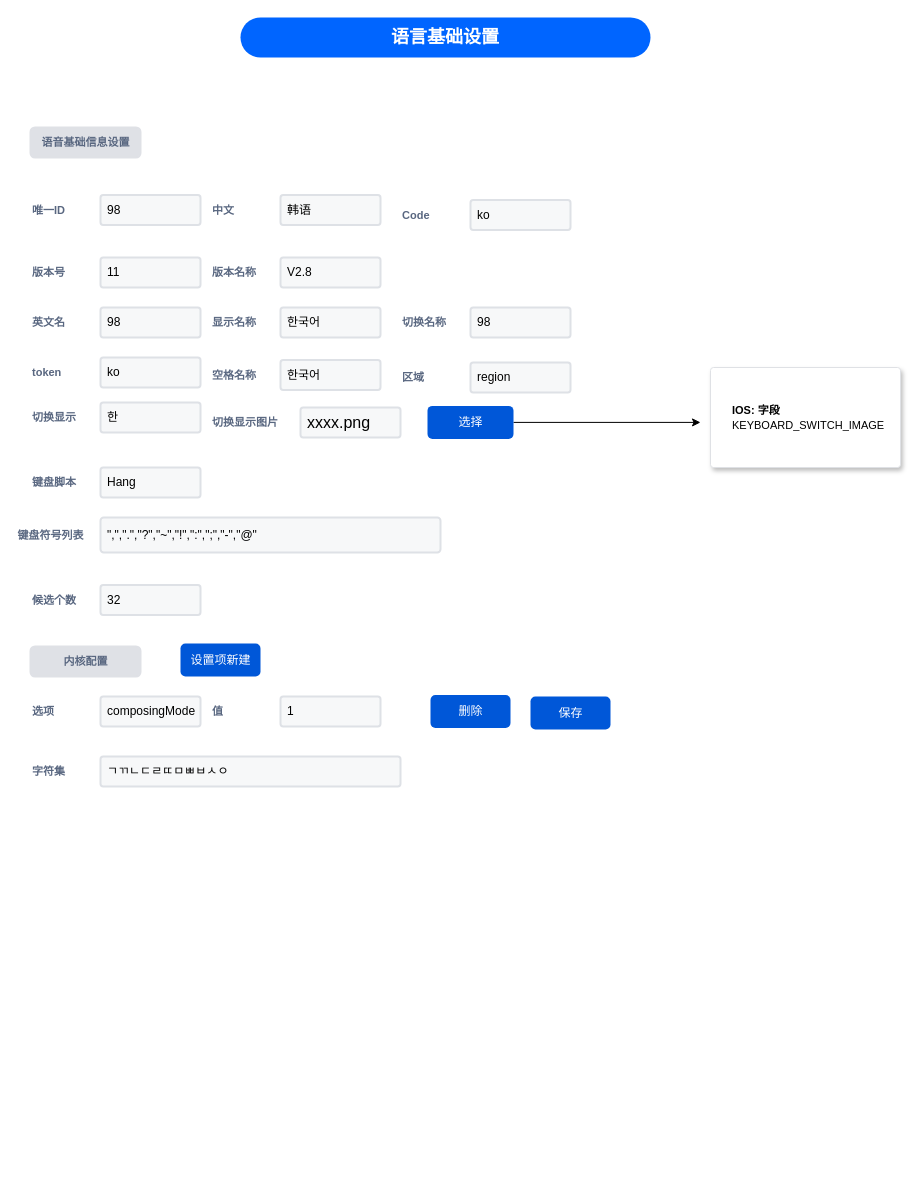
Earlier version of the draw.io diagram layout-editor/语言基本信息.drawio (chonglv/charts). Source tidied: cells renumbered, new cells numbered last; positions are measured from the earlier drawing's top-left corner, leaving out a move shared by most shapes. Both pictures are drawn from the tidied source at 100%, with x=0, y=0 at pixel (20, 17).
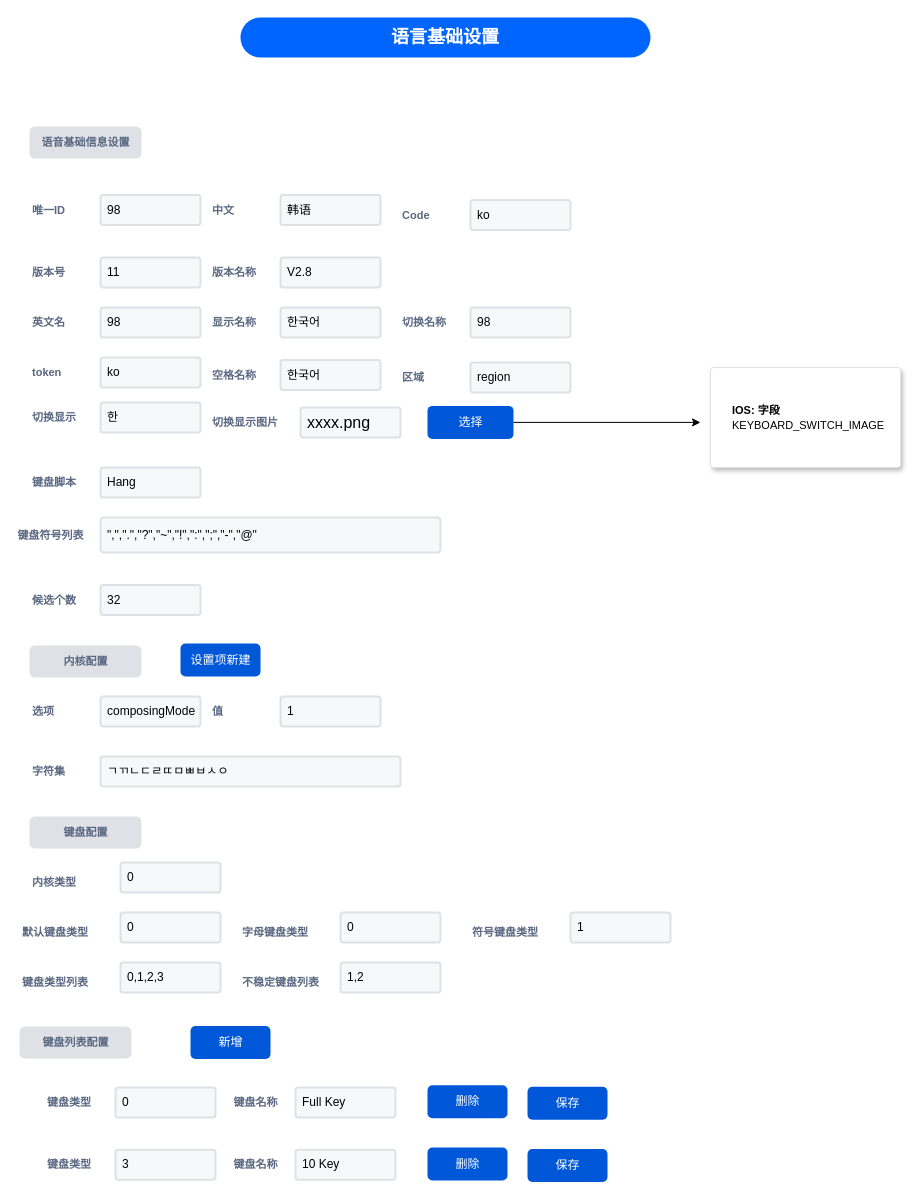
After the change.

Commit message:
更新语言基本信息.drawio

The edit, as a diff of the source:
```diff
@@
     <mxCell id="36" value="删除" style="rounded=1;fillColor=#0057D8;align=center;strokeColor=none;html=1;fontColor=#ffffff;fontSize=12;" parent="1" vertex="1">
-      <mxGeometry x="410" y="677.5" width="80" height="33" as="geometry" />
+      <mxGeometry x="407" y="1067.8" width="80" height="33" as="geometry" />
     </mxCell>
     <mxCell id="37" value="保存" style="rounded=1;fillColor=#0057D8;align=center;strokeColor=none;html=1;fontColor=#ffffff;fontSize=12;" parent="1" vertex="1">
-      <mxGeometry x="510" y="679" width="80" height="33" as="geometry" />
+      <mxGeometry x="507" y="1069.2" width="80" height="33" as="geometry" />
     </mxCell>
@@
+    <mxCell id="49" value="&lt;span style=&quot;color: rgb(89 , 103 , 128) ; font-size: 11px ; text-align: left&quot;&gt;键盘配置&lt;/span&gt;" style="dashed=0;html=1;rounded=1;fillColor=#DFE1E6;strokeColor=#DFE1E6;fontSize=12;align=center;fontStyle=1;strokeWidth=2;fontColor=#42526E;" parent="1" vertex="1">
+      <mxGeometry x="10" y="800" width="110" height="30" as="geometry" />
+    </mxCell>
+    <mxCell id="50" value="内核类型" style="fillColor=none;strokeColor=none;html=1;fontSize=11;fontStyle=0;align=left;fontColor=#596780;fontStyle=1;fontSize=11;" parent="1" vertex="1">
+      <mxGeometry x="10" y="855" width="60" height="20" as="geometry" />
+    </mxCell>
+    <mxCell id="51" value="0" style="rounded=1;arcSize=9;fillColor=#F7F8F9;align=left;spacingLeft=5;strokeColor=#DEE1E6;html=1;strokeWidth=2;fontSize=12;" parent="1" vertex="1">
+      <mxGeometry x="100" y="845" width="100" height="30" as="geometry" />
+    </mxCell>
+    <mxCell id="52" value="默认键盘类型" style="fillColor=none;strokeColor=none;html=1;fontSize=11;fontStyle=0;align=left;fontColor=#596780;fontStyle=1;fontSize=11;" parent="1" vertex="1">
+      <mxGeometry y="905" width="60" height="20" as="geometry" />
+    </mxCell>
+    <mxCell id="53" value="0" style="rounded=1;arcSize=9;fillColor=#F7F8F9;align=left;spacingLeft=5;strokeColor=#DEE1E6;html=1;strokeWidth=2;fontSize=12;" parent="1" vertex="1">
+      <mxGeometry x="100" y="895" width="100" height="30" as="geometry" />
+    </mxCell>
+    <mxCell id="54" value="键盘类型列表" style="fillColor=none;strokeColor=none;html=1;fontSize=11;fontStyle=0;align=left;fontColor=#596780;fontStyle=1;fontSize=11;" parent="1" vertex="1">
+      <mxGeometry y="955" width="60" height="20" as="geometry" />
+    </mxCell>
+    <mxCell id="55" value="0,1,2,3" style="rounded=1;arcSize=9;fillColor=#F7F8F9;align=left;spacingLeft=5;strokeColor=#DEE1E6;html=1;strokeWidth=2;fontSize=12;" parent="1" vertex="1">
+      <mxGeometry x="100" y="945" width="100" height="30" as="geometry" />
+    </mxCell>
+    <mxCell id="56" value="不稳定键盘列表" style="fillColor=none;strokeColor=none;html=1;fontSize=11;fontStyle=0;align=left;fontColor=#596780;fontStyle=1;fontSize=11;" parent="1" vertex="1">
+      <mxGeometry x="220" y="955" width="60" height="20" as="geometry" />
+    </mxCell>
+    <mxCell id="57" value="1,2" style="rounded=1;arcSize=9;fillColor=#F7F8F9;align=left;spacingLeft=5;strokeColor=#DEE1E6;html=1;strokeWidth=2;fontSize=12;" parent="1" vertex="1">
+      <mxGeometry x="320" y="945" width="100" height="30" as="geometry" />
+    </mxCell>
+    <mxCell id="58" value="字母键盘类型" style="fillColor=none;strokeColor=none;html=1;fontSize=11;fontStyle=0;align=left;fontColor=#596780;fontStyle=1;fontSize=11;" parent="1" vertex="1">
+      <mxGeometry x="220" y="905" width="60" height="20" as="geometry" />
+    </mxCell>
+    <mxCell id="59" value="0" style="rounded=1;arcSize=9;fillColor=#F7F8F9;align=left;spacingLeft=5;strokeColor=#DEE1E6;html=1;strokeWidth=2;fontSize=12;" parent="1" vertex="1">
+      <mxGeometry x="320" y="895" width="100" height="30" as="geometry" />
+    </mxCell>
+    <mxCell id="60" value="符号键盘类型" style="fillColor=none;strokeColor=none;html=1;fontSize=11;fontStyle=0;align=left;fontColor=#596780;fontStyle=1;fontSize=11;" parent="1" vertex="1">
+      <mxGeometry x="450" y="905" width="60" height="20" as="geometry" />
+    </mxCell>
+    <mxCell id="61" value="1" style="rounded=1;arcSize=9;fillColor=#F7F8F9;align=left;spacingLeft=5;strokeColor=#DEE1E6;html=1;strokeWidth=2;fontSize=12;" parent="1" vertex="1">
+      <mxGeometry x="550" y="895" width="100" height="30" as="geometry" />
+    </mxCell>
+    <mxCell id="62" value="&lt;span style=&quot;color: rgb(89 , 103 , 128) ; font-size: 11px ; text-align: left&quot;&gt;键盘列表配置&lt;/span&gt;" style="dashed=0;html=1;rounded=1;fillColor=#DFE1E6;strokeColor=#DFE1E6;fontSize=12;align=center;fontStyle=1;strokeWidth=2;fontColor=#42526E;" parent="1" vertex="1">
+      <mxGeometry y="1010" width="110" height="30" as="geometry" />
+    </mxCell>
+    <mxCell id="63" value="新增" style="rounded=1;fillColor=#0057D8;align=center;strokeColor=none;html=1;fontColor=#ffffff;fontSize=12;" parent="1" vertex="1">
+      <mxGeometry x="170" y="1008.5" width="80" height="33" as="geometry" />
+    </mxCell>
+    <mxCell id="64" value="键盘类型" style="fillColor=none;strokeColor=none;html=1;fontSize=11;fontStyle=0;align=left;fontColor=#596780;fontStyle=1;fontSize=11;" parent="1" vertex="1">
+      <mxGeometry x="25" y="1075" width="60" height="20" as="geometry" />
+    </mxCell>
+    <mxCell id="65" value="0" style="rounded=1;arcSize=9;fillColor=#F7F8F9;align=left;spacingLeft=5;strokeColor=#DEE1E6;html=1;strokeWidth=2;fontSize=12;" parent="1" vertex="1">
+      <mxGeometry x="95" y="1070" width="100" height="30" as="geometry" />
+    </mxCell>
+    <mxCell id="66" value="键盘名称" style="fillColor=none;strokeColor=none;html=1;fontSize=11;fontStyle=0;align=center;fontColor=#596780;fontStyle=1;fontSize=11;" parent="1" vertex="1">
+      <mxGeometry x="205" y="1075" width="60" height="20" as="geometry" />
+    </mxCell>
+    <mxCell id="67" value="Full Key" style="rounded=1;arcSize=9;fillColor=#F7F8F9;align=left;spacingLeft=5;strokeColor=#DEE1E6;html=1;strokeWidth=2;fontSize=12;" parent="1" vertex="1">
+      <mxGeometry x="275" y="1070" width="100" height="30" as="geometry" />
+    </mxCell>
+    <mxCell id="68" value="删除" style="rounded=1;fillColor=#0057D8;align=center;strokeColor=none;html=1;fontColor=#ffffff;fontSize=12;" parent="1" vertex="1">
+      <mxGeometry x="407" y="1130" width="80" height="33" as="geometry" />
+    </mxCell>
+    <mxCell id="69" value="保存" style="rounded=1;fillColor=#0057D8;align=center;strokeColor=none;html=1;fontColor=#ffffff;fontSize=12;" parent="1" vertex="1">
+      <mxGeometry x="507" y="1131.5" width="80" height="33" as="geometry" />
+    </mxCell>
+    <mxCell id="70" value="键盘类型" style="fillColor=none;strokeColor=none;html=1;fontSize=11;fontStyle=0;align=left;fontColor=#596780;fontStyle=1;fontSize=11;" parent="1" vertex="1">
+      <mxGeometry x="25" y="1137.2" width="60" height="20" as="geometry" />
+    </mxCell>
+    <mxCell id="71" value="3" style="rounded=1;arcSize=9;fillColor=#F7F8F9;align=left;spacingLeft=5;strokeColor=#DEE1E6;html=1;strokeWidth=2;fontSize=12;" parent="1" vertex="1">
+      <mxGeometry x="95" y="1132.2" width="100" height="30" as="geometry" />
+    </mxCell>
+    <mxCell id="72" value="键盘名称" style="fillColor=none;strokeColor=none;html=1;fontSize=11;fontStyle=0;align=center;fontColor=#596780;fontStyle=1;fontSize=11;" parent="1" vertex="1">
+      <mxGeometry x="205" y="1137.2" width="60" height="20" as="geometry" />
+    </mxCell>
+    <mxCell id="73" value="10 Key" style="rounded=1;arcSize=9;fillColor=#F7F8F9;align=left;spacingLeft=5;strokeColor=#DEE1E6;html=1;strokeWidth=2;fontSize=12;" parent="1" vertex="1">
+      <mxGeometry x="275" y="1132.2" width="100" height="30" as="geometry" />
+    </mxCell>
```
